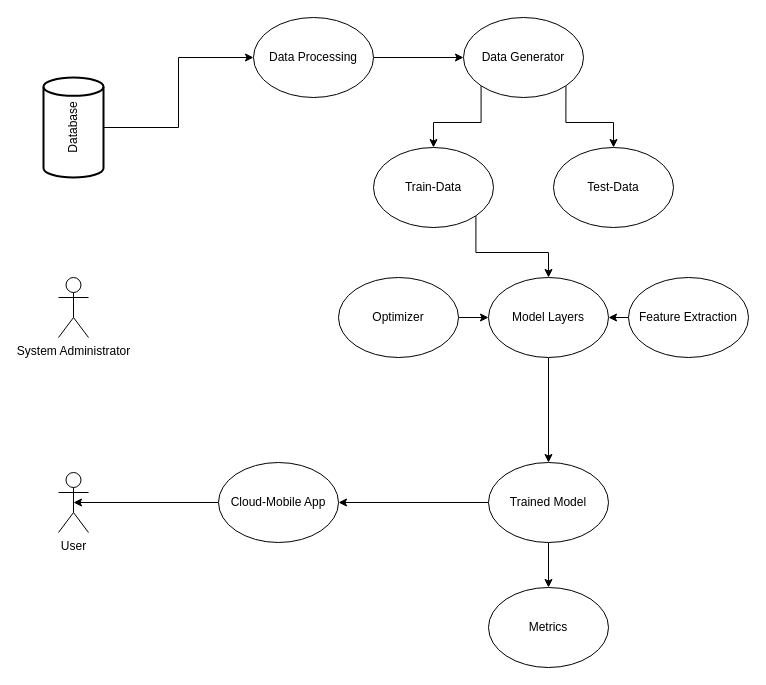
This is Use_Case_diagram.drawio from chrispaul07/FinalProject, a draw.io file, before an edit. Source tidied: cells renumbered, new cells numbered last; positions are measured from the earlier drawing's top-left corner, leaving out a move shared by most shapes. Both pictures are drawn from the tidied source at 100%, with x=0, y=0 at pixel (23, 17).
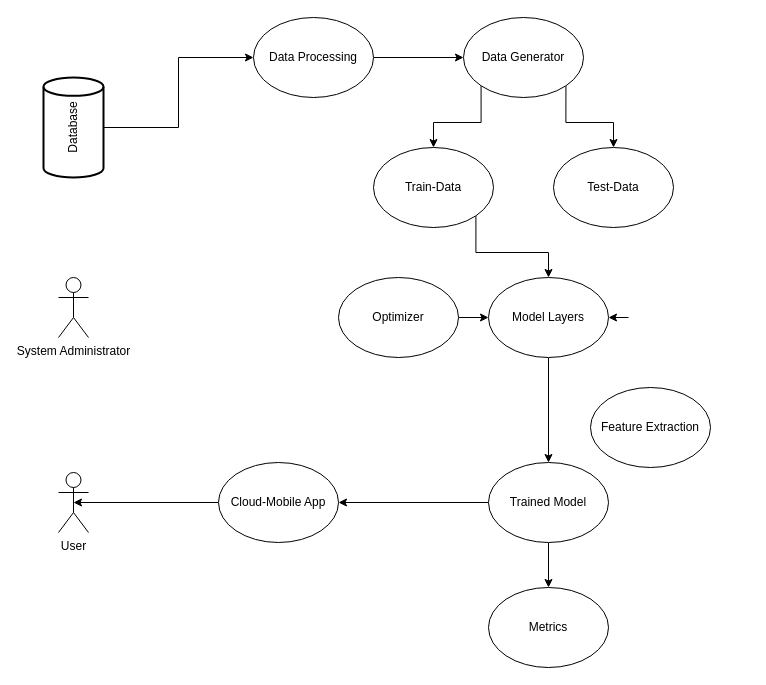
After the change.

The change refers to these unchanged cells:
```xml
<mxCell id="17" value="Model Layers" style="ellipse;whiteSpace=wrap;html=1;" parent="1" vertex="1">
  <mxGeometry x="465" y="260" width="120" height="80" as="geometry" />
</mxCell>
```

What changed in the source:
```diff
@@
-    <mxCell id="18" style="edgeStyle=orthogonalEdgeStyle;rounded=0;jettySize=auto;html=1;exitX=0;exitY=0.5;exitDx=0;exitDy=0;entryX=1;entryY=0.5;entryDx=0;entryDy=0;" parent="1" edge="1" source="19" target="17">
-      <mxGeometry relative="1" as="geometry" />
+    <mxCell id="18" style="edgeStyle=orthogonalEdgeStyle;rounded=0;jettySize=auto;html=1;exitX=0;exitY=0.5;exitDx=0;exitDy=0;entryX=1;entryY=0.5;entryDx=0;entryDy=0;" parent="1" edge="1" target="17">
+      <mxGeometry relative="1" as="geometry">
+        <mxPoint x="605" y="300" as="sourcePoint" />
+      </mxGeometry>
     </mxCell>
     <mxCell id="19" value="Feature Extraction" style="ellipse;whiteSpace=wrap;html=1;" parent="1" vertex="1">
-      <mxGeometry x="605" y="260" width="120" height="80" as="geometry" />
+      <mxGeometry x="567" y="370" width="120" height="80" as="geometry" />
     </mxCell>
```
